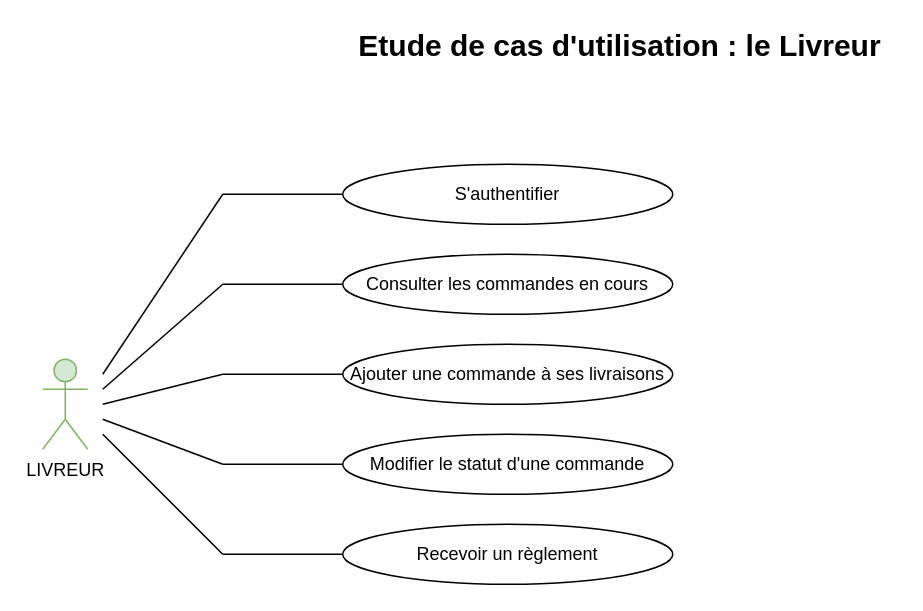
Above: Livreur.drawio in OMorlotti/P4-analyser-les-besoin-de-mon-client-pour-son-groupe-de-pizzerias (draw.io), before the change. Source tidied: cells renumbered, new cells numbered last; positions are measured from the earlier drawing's top-left corner, leaving out a move shared by most shapes. Both pictures are drawn from the tidied source at 150%, with x=0, y=0 at pixel (42, 28).
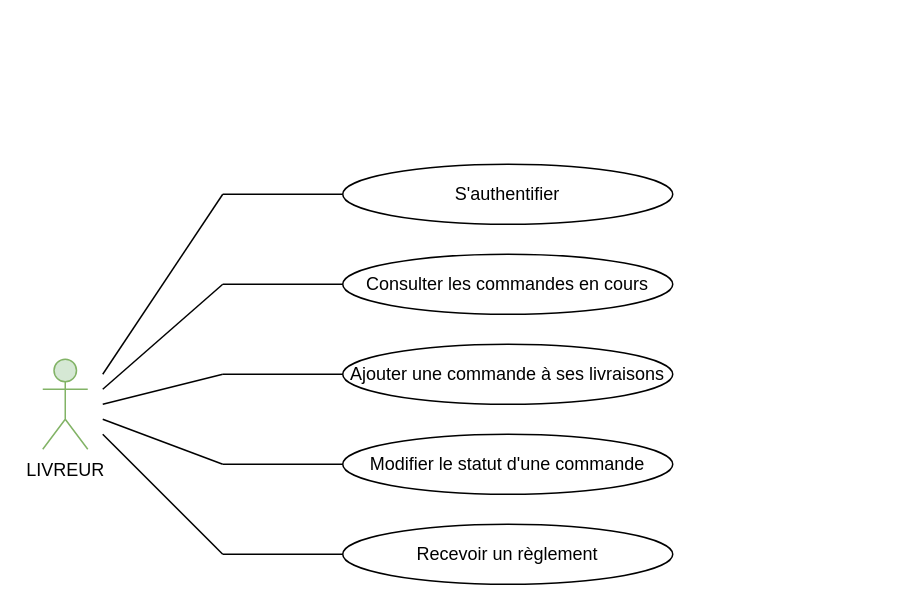
The same diagram, later.

The edit, as a diff of the source:
```diff
@@
-    <mxCell id="18" value="&lt;font style=&quot;font-size: 20px&quot;&gt;&lt;b&gt;Etude de cas d'utilisation : le Livreur&lt;/b&gt;&lt;/font&gt;" style="text;html=1;strokeColor=none;fillColor=none;align=center;verticalAlign=middle;whiteSpace=wrap;rounded=0;" parent="1" vertex="1">
-      <mxGeometry x="200" width="370" height="20" as="geometry" />
-    </mxCell>
```
